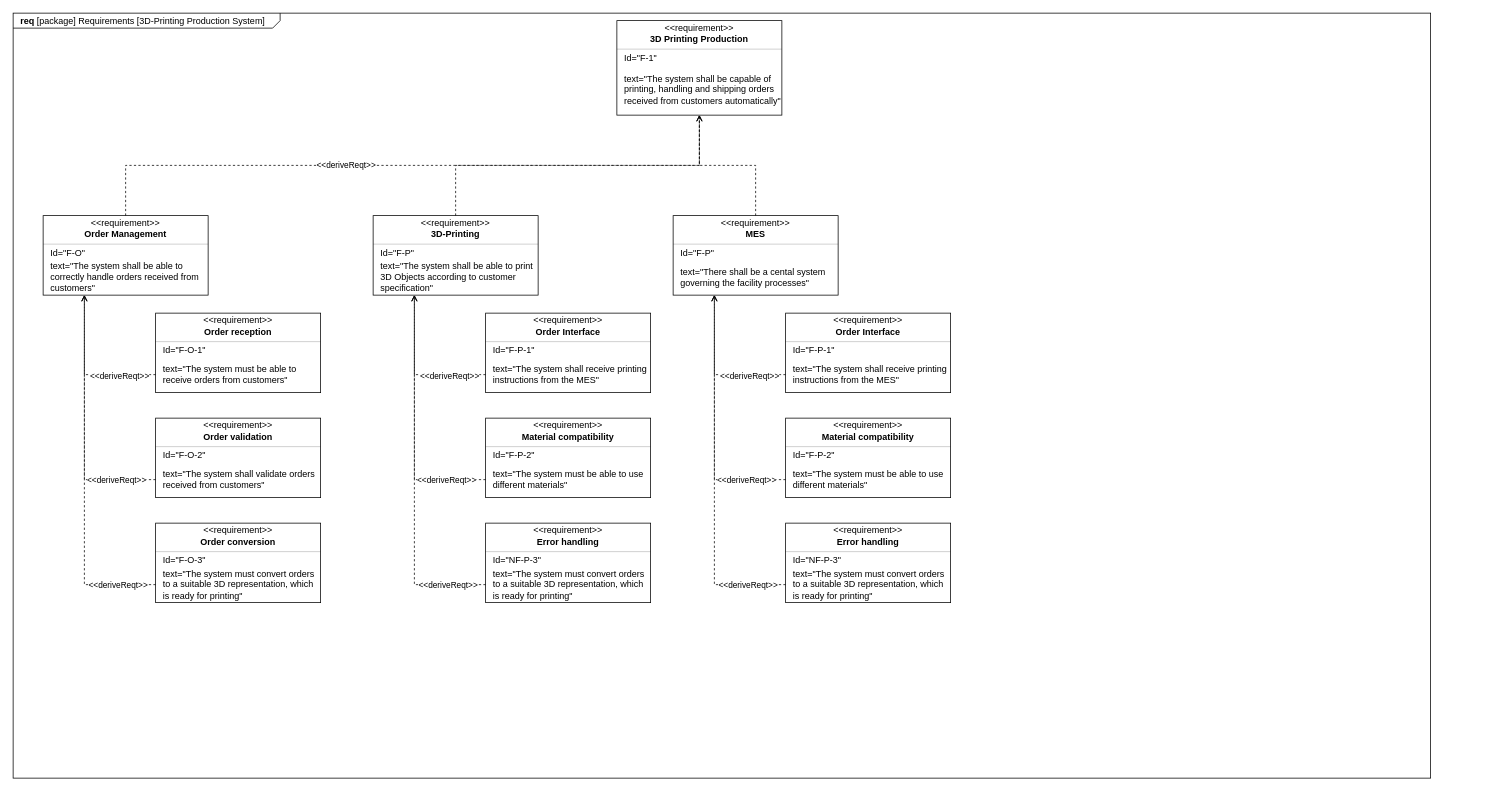
The draw.io diagram diagrams/requirements_sysml.drawio in SystemEngineeringWS24-25/3d-printing-production-system, before the edit. Source tidied: cells renumbered, new cells numbered last; positions are measured from the earlier drawing's top-left corner, leaving out a move shared by most shapes. Both pictures are drawn from the tidied source at 75%, with x=0, y=0 at pixel (13, 13).
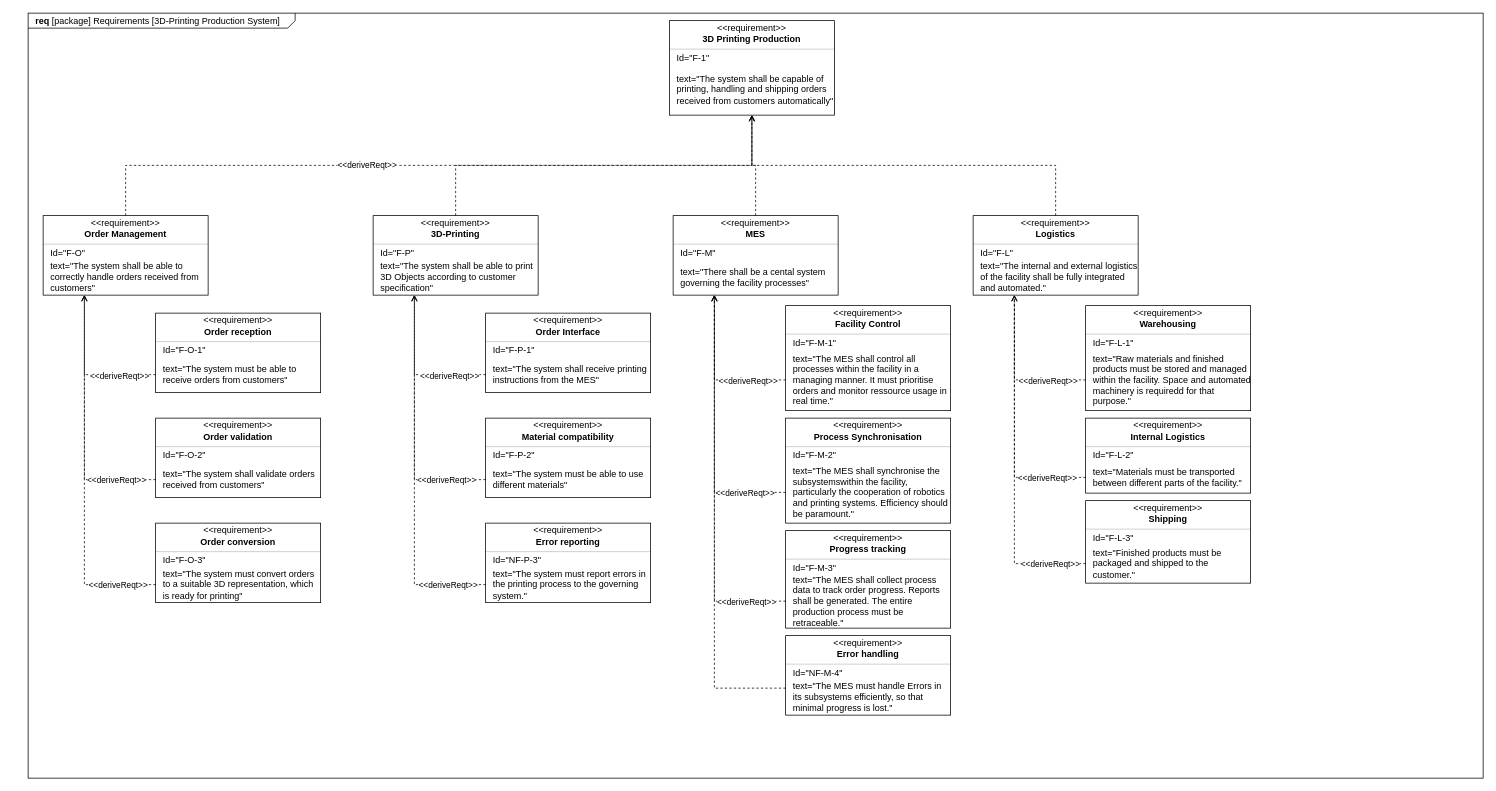
The same diagram, later.

The change refers to these unchanged cells:
```xml
<mxCell id="8" value="text=&quot;The system shall be capable of printing, handling and shipping orders received from customers automatically&quot;" style="html=1;align=left;spacing=0;verticalAlign=middle;strokeColor=none;fillColor=none;whiteSpace=wrap;spacingLeft=10;" parent="3" vertex="1">
  <mxGeometry y="58" width="220" height="68" as="geometry" />
</mxCell>
<mxCell id="59" style="fontStyle=1;align=center;verticalAlign=middle;horizontal=1;" parent="1" vertex="1">
  <mxGeometry x="630" y="680" width="220" height="106" as="geometry" />
</mxCell>
<mxCell id="72" style="fontStyle=1;align=center;verticalAlign=middle;horizontal=1;" parent="1" vertex="1">
  <mxGeometry x="880" y="270" width="220" height="106" as="geometry" />
</mxCell>
<mxCell id="77" value="text=&quot;There shall be a cental system governing the facility processes&quot;" style="html=1;align=left;spacing=0;verticalAlign=middle;strokeColor=none;fillColor=none;whiteSpace=wrap;spacingLeft=10;" parent="72" vertex="1">
  <mxGeometry y="58" width="220" height="48" as="geometry" />
</mxCell>
```

What changed in the source:
```diff
@@
     <mxCell id="2" value="&lt;p style=&quot;margin:0px;margin-top:4px;margin-left:10px;text-align:left;&quot;&gt;&lt;b&gt;req&lt;/b&gt; [package] Requirements [3D-Printing Production System]&lt;br&gt;&lt;/p&gt;" style="html=1;shape=mxgraph.sysml.package;html=1;overflow=fill;whiteSpace=wrap;labelX=356;" parent="1" vertex="1">
-      <mxGeometry width="1890" height="1020" as="geometry" />
+      <mxGeometry x="20" width="1940" height="1020" as="geometry" />
     </mxCell>
     <mxCell id="3" style="fontStyle=1;align=center;verticalAlign=middle;horizontal=1;" parent="1" vertex="1">
-      <mxGeometry x="805" y="10" width="220" height="126" as="geometry" />
+      <mxGeometry x="875" y="10" width="220" height="126" as="geometry" />
     </mxCell>
@@
-    <mxCell id="61" value="Error handling" style="html=1;align=center;spacing=0;verticalAlign=middle;strokeColor=none;fillColor=none;whiteSpace=wrap;fontStyle=1;" parent="59" vertex="1">
+    <mxCell id="61" value="Error reporting" style="html=1;align=center;spacing=0;verticalAlign=middle;strokeColor=none;fillColor=none;whiteSpace=wrap;fontStyle=1;" parent="59" vertex="1">
       <mxGeometry y="16" width="220" height="18" as="geometry" />
     </mxCell>
@@
-    <mxCell id="64" value="text=&quot;The system must convert orders to a suitable 3D representation, which is ready for printing&quot;" style="html=1;align=left;spacing=0;verticalAlign=middle;strokeColor=none;fillColor=none;whiteSpace=wrap;spacingLeft=10;" parent="59" vertex="1">
+    <mxCell id="64" value="text=&quot;The system must report errors in the printing process to the governing system.&quot;" style="html=1;align=left;spacing=0;verticalAlign=middle;strokeColor=none;fillColor=none;whiteSpace=wrap;spacingLeft=10;" parent="59" vertex="1">
       <mxGeometry y="58" width="220" height="48" as="geometry" />
     </mxCell>
@@
-    <mxCell id="76" value="Id=&quot;F-P&quot;" style="html=1;align=left;spacing=0;verticalAlign=middle;strokeColor=none;fillColor=none;whiteSpace=wrap;spacingLeft=10;" parent="72" vertex="1">
+    <mxCell id="76" value="Id=&quot;F-M&quot;" style="html=1;align=left;spacing=0;verticalAlign=middle;strokeColor=none;fillColor=none;whiteSpace=wrap;spacingLeft=10;" parent="72" vertex="1">
       <mxGeometry y="42" width="220" height="16" as="geometry" />
     </mxCell>
@@
     <mxCell id="78" style="fontStyle=1;align=center;verticalAlign=middle;horizontal=1;" parent="1" vertex="1">
-      <mxGeometry x="1030" y="540" width="220" height="106" as="geometry" />
+      <mxGeometry x="1030" y="540" width="220" height="140" as="geometry" />
     </mxCell>
@@
-    <mxCell id="80" value="Material compatibility" style="html=1;align=center;spacing=0;verticalAlign=middle;strokeColor=none;fillColor=none;whiteSpace=wrap;fontStyle=1;" parent="78" vertex="1">
+    <mxCell id="80" value="Process Synchronisation" style="html=1;align=center;spacing=0;verticalAlign=middle;strokeColor=none;fillColor=none;whiteSpace=wrap;fontStyle=1;" parent="78" vertex="1">
       <mxGeometry y="16" width="220" height="18" as="geometry" />
     </mxCell>
@@
-    <mxCell id="82" value="Id=&quot;F-P-2&quot;" style="html=1;align=left;spacing=0;verticalAlign=middle;strokeColor=none;fillColor=none;whiteSpace=wrap;spacingLeft=10;" parent="78" vertex="1">
+    <mxCell id="82" value="Id=&quot;F-M-2&quot;" style="html=1;align=left;spacing=0;verticalAlign=middle;strokeColor=none;fillColor=none;whiteSpace=wrap;spacingLeft=10;" parent="78" vertex="1">
       <mxGeometry y="42" width="220" height="16" as="geometry" />
     </mxCell>
-    <mxCell id="83" value="text=&quot;The system must be able to use different materials&quot;" style="html=1;align=left;spacing=0;verticalAlign=middle;strokeColor=none;fillColor=none;whiteSpace=wrap;spacingLeft=10;" parent="78" vertex="1">
-      <mxGeometry y="58" width="220" height="48" as="geometry" />
+    <mxCell id="83" value="text=&quot;The MES shall synchronise the subsystemswithin the facility, particularly the cooperation of robotics and printing systems. Efficiency should be paramount.&quot;" style="html=1;align=left;spacing=0;verticalAlign=middle;strokeColor=none;fillColor=none;whiteSpace=wrap;spacingLeft=10;" parent="78" vertex="1">
+      <mxGeometry y="58" width="220" height="82" as="geometry" />
     </mxCell>
     <mxCell id="84" style="fontStyle=1;align=center;verticalAlign=middle;horizontal=1;" parent="1" vertex="1">
-      <mxGeometry x="1030" y="400" width="220" height="106" as="geometry" />
+      <mxGeometry x="1030" y="390" width="220" height="140" as="geometry" />
     </mxCell>
@@
-    <mxCell id="86" value="Order Interface" style="html=1;align=center;spacing=0;verticalAlign=middle;strokeColor=none;fillColor=none;whiteSpace=wrap;fontStyle=1;" parent="84" vertex="1">
+    <mxCell id="86" value="Facility Control" style="html=1;align=center;spacing=0;verticalAlign=middle;strokeColor=none;fillColor=none;whiteSpace=wrap;fontStyle=1;" parent="84" vertex="1">
       <mxGeometry y="16" width="220" height="18" as="geometry" />
     </mxCell>
@@
-    <mxCell id="88" value="Id=&quot;F-P-1&quot;" style="html=1;align=left;spacing=0;verticalAlign=middle;strokeColor=none;fillColor=none;whiteSpace=wrap;spacingLeft=10;" parent="84" vertex="1">
+    <mxCell id="88" value="Id=&quot;F-M-1&quot;" style="html=1;align=left;spacing=0;verticalAlign=middle;strokeColor=none;fillColor=none;whiteSpace=wrap;spacingLeft=10;" parent="84" vertex="1">
       <mxGeometry y="42" width="220" height="16" as="geometry" />
     </mxCell>
-    <mxCell id="89" value="text=&quot;The system shall receive printing instructions from the MES&quot;" style="html=1;align=left;spacing=0;verticalAlign=middle;strokeColor=none;fillColor=none;whiteSpace=wrap;spacingLeft=10;" parent="84" vertex="1">
-      <mxGeometry y="58" width="220" height="48" as="geometry" />
+    <mxCell id="89" value="text=&quot;The MES shall control all processes within the facility in a managing manner. It must prioritise orders and monitor ressource usage in real time.&quot;" style="html=1;align=left;spacing=0;verticalAlign=middle;strokeColor=none;fillColor=none;whiteSpace=wrap;spacingLeft=10;" parent="84" vertex="1">
+      <mxGeometry y="58" width="220" height="82" as="geometry" />
     </mxCell>
     <mxCell id="90" style="fontStyle=1;align=center;verticalAlign=middle;horizontal=1;" parent="1" vertex="1">
-      <mxGeometry x="1030" y="680" width="220" height="106" as="geometry" />
+      <mxGeometry x="1030" y="690" width="220" height="130" as="geometry" />
     </mxCell>
@@
-    <mxCell id="92" value="Error handling" style="html=1;align=center;spacing=0;verticalAlign=middle;strokeColor=none;fillColor=none;whiteSpace=wrap;fontStyle=1;" parent="90" vertex="1">
+    <mxCell id="92" value="Progress tracking" style="html=1;align=center;spacing=0;verticalAlign=middle;strokeColor=none;fillColor=none;whiteSpace=wrap;fontStyle=1;" parent="90" vertex="1">
       <mxGeometry y="16" width="220" height="18" as="geometry" />
     </mxCell>
@@
-    <mxCell id="94" value="Id=&quot;NF-P-3&quot;" style="html=1;align=left;spacing=0;verticalAlign=middle;strokeColor=none;fillColor=none;whiteSpace=wrap;spacingLeft=10;" parent="90" vertex="1">
+    <mxCell id="94" value="Id=&quot;F-M-3&quot;" style="html=1;align=left;spacing=0;verticalAlign=middle;strokeColor=none;fillColor=none;whiteSpace=wrap;spacingLeft=10;" parent="90" vertex="1">
       <mxGeometry y="42" width="220" height="16" as="geometry" />
     </mxCell>
-    <mxCell id="95" value="text=&quot;The system must convert orders to a suitable 3D representation, which is ready for printing&quot;" style="html=1;align=left;spacing=0;verticalAlign=middle;strokeColor=none;fillColor=none;whiteSpace=wrap;spacingLeft=10;" parent="90" vertex="1">
-      <mxGeometry y="58" width="220" height="48" as="geometry" />
+    <mxCell id="95" value="text=&quot;The MES shall collect process data to track order progress. Reports shall be generated. The entire production process must be retraceable.&quot;" style="html=1;align=left;spacing=0;verticalAlign=middle;strokeColor=none;fillColor=none;whiteSpace=wrap;spacingLeft=10;" parent="90" vertex="1">
+      <mxGeometry y="58" width="220" height="72" as="geometry" />
     </mxCell>
@@
+    <mxCell id="103" style="fontStyle=1;align=center;verticalAlign=middle;horizontal=1;" parent="1" vertex="1">
+      <mxGeometry x="1280" y="270" width="220" height="106" as="geometry" />
+    </mxCell>
+    <mxCell id="104" value="&amp;lt;&amp;lt;requirement&amp;gt;&amp;gt;" style="html=1;align=center;spacing=0;verticalAlign=middle;strokeColor=none;fillColor=none;whiteSpace=wrap;spacingTop=3;" parent="103" vertex="1">
+      <mxGeometry width="220" height="16" as="geometry" />
+    </mxCell>
+    <mxCell id="105" value="Logistics" style="html=1;align=center;spacing=0;verticalAlign=middle;strokeColor=none;fillColor=none;whiteSpace=wrap;fontStyle=1;" parent="103" vertex="1">
+      <mxGeometry y="16" width="220" height="18" as="geometry" />
+    </mxCell>
+    <mxCell id="106" style="line;strokeWidth=0.25;fillColor=none;align=left;verticalAlign=middle;spacingTop=-1;spacingLeft=3;spacingRight=3;labelPosition=right;" parent="103" vertex="1">
+      <mxGeometry y="34" width="220" height="8" as="geometry" />
+    </mxCell>
+    <mxCell id="107" value="Id=&quot;F-L&quot;" style="html=1;align=left;spacing=0;verticalAlign=middle;strokeColor=none;fillColor=none;whiteSpace=wrap;spacingLeft=10;" parent="103" vertex="1">
+      <mxGeometry y="42" width="220" height="16" as="geometry" />
+    </mxCell>
+    <mxCell id="108" value="text=&quot;The internal and external logistics of the facility shall be fully integrated and automated.&quot;" style="html=1;align=left;spacing=0;verticalAlign=middle;strokeColor=none;fillColor=none;whiteSpace=wrap;spacingLeft=10;" parent="103" vertex="1">
+      <mxGeometry y="58" width="220" height="48" as="geometry" />
+    </mxCell>
+    <mxCell id="109" style="fontStyle=1;align=center;verticalAlign=middle;horizontal=1;" parent="1" vertex="1">
+      <mxGeometry x="1430" y="540" width="220" height="100" as="geometry" />
+    </mxCell>
+    <mxCell id="110" value="&amp;lt;&amp;lt;requirement&amp;gt;&amp;gt;" style="html=1;align=center;spacing=0;verticalAlign=middle;strokeColor=none;fillColor=none;whiteSpace=wrap;spacingTop=3;" parent="109" vertex="1">
+      <mxGeometry width="220" height="16" as="geometry" />
+    </mxCell>
+    <mxCell id="111" value="Internal Logistics" style="html=1;align=center;spacing=0;verticalAlign=middle;strokeColor=none;fillColor=none;whiteSpace=wrap;fontStyle=1;" parent="109" vertex="1">
+      <mxGeometry y="16" width="220" height="18" as="geometry" />
+    </mxCell>
+    <mxCell id="112" style="line;strokeWidth=0.25;fillColor=none;align=left;verticalAlign=middle;spacingTop=-1;spacingLeft=3;spacingRight=3;labelPosition=right;" parent="109" vertex="1">
+      <mxGeometry y="34" width="220" height="8" as="geometry" />
+    </mxCell>
+    <mxCell id="113" value="Id=&quot;F-L-2&quot;" style="html=1;align=left;spacing=0;verticalAlign=middle;strokeColor=none;fillColor=none;whiteSpace=wrap;spacingLeft=10;" parent="109" vertex="1">
+      <mxGeometry y="42" width="220" height="16" as="geometry" />
+    </mxCell>
+    <mxCell id="114" value="text=&quot;Materials must be transported between different parts of the facility.&quot;" style="html=1;align=left;spacing=0;verticalAlign=middle;strokeColor=none;fillColor=none;whiteSpace=wrap;spacingLeft=10;" parent="109" vertex="1">
+      <mxGeometry y="58" width="220" height="42" as="geometry" />
+    </mxCell>
+    <mxCell id="115" style="fontStyle=1;align=center;verticalAlign=middle;horizontal=1;" parent="1" vertex="1">
+      <mxGeometry x="1430" y="390" width="220" height="140" as="geometry" />
+    </mxCell>
+    <mxCell id="116" value="&amp;lt;&amp;lt;requirement&amp;gt;&amp;gt;" style="html=1;align=center;spacing=0;verticalAlign=middle;strokeColor=none;fillColor=none;whiteSpace=wrap;spacingTop=3;" parent="115" vertex="1">
+      <mxGeometry width="220" height="16" as="geometry" />
+    </mxCell>
+    <mxCell id="117" value="Warehousing" style="html=1;align=center;spacing=0;verticalAlign=middle;strokeColor=none;fillColor=none;whiteSpace=wrap;fontStyle=1;" parent="115" vertex="1">
+      <mxGeometry y="16" width="220" height="18" as="geometry" />
+    </mxCell>
+    <mxCell id="118" style="line;strokeWidth=0.25;fillColor=none;align=left;verticalAlign=middle;spacingTop=-1;spacingLeft=3;spacingRight=3;labelPosition=right;" parent="115" vertex="1">
+      <mxGeometry y="34" width="220" height="8" as="geometry" />
+    </mxCell>
+    <mxCell id="119" value="Id=&quot;F-L-1&quot;" style="html=1;align=left;spacing=0;verticalAlign=middle;strokeColor=none;fillColor=none;whiteSpace=wrap;spacingLeft=10;" parent="115" vertex="1">
+      <mxGeometry y="42" width="220" height="16" as="geometry" />
+    </mxCell>
+    <mxCell id="120" value="text=&quot;Raw materials and finished products must be stored and managed within the facility. Space and automated machinery is requiredd for that purpose.&quot;" style="html=1;align=left;spacing=0;verticalAlign=middle;strokeColor=none;fillColor=none;whiteSpace=wrap;spacingLeft=10;" parent="115" vertex="1">
+      <mxGeometry y="58" width="220" height="82" as="geometry" />
+    </mxCell>
+    <mxCell id="121" style="fontStyle=1;align=center;verticalAlign=middle;horizontal=1;" parent="1" vertex="1">
+      <mxGeometry x="1430" y="650" width="220" height="110" as="geometry" />
+    </mxCell>
+    <mxCell id="122" value="&amp;lt;&amp;lt;requirement&amp;gt;&amp;gt;" style="html=1;align=center;spacing=0;verticalAlign=middle;strokeColor=none;fillColor=none;whiteSpace=wrap;spacingTop=3;" parent="121" vertex="1">
+      <mxGeometry width="220" height="16" as="geometry" />
+    </mxCell>
+    <mxCell id="123" value="Shipping" style="html=1;align=center;spacing=0;verticalAlign=middle;strokeColor=none;fillColor=none;whiteSpace=wrap;fontStyle=1;" parent="121" vertex="1">
+      <mxGeometry y="16" width="220" height="18" as="geometry" />
+    </mxCell>
+    <mxCell id="124" style="line;strokeWidth=0.25;fillColor=none;align=left;verticalAlign=middle;spacingTop=-1;spacingLeft=3;spacingRight=3;labelPosition=right;" parent="121" vertex="1">
+      <mxGeometry y="34" width="220" height="8" as="geometry" />
+    </mxCell>
+    <mxCell id="125" value="Id=&quot;F-L-3&quot;" style="html=1;align=left;spacing=0;verticalAlign=middle;strokeColor=none;fillColor=none;whiteSpace=wrap;spacingLeft=10;" parent="121" vertex="1">
+      <mxGeometry y="42" width="220" height="16" as="geometry" />
+    </mxCell>
+    <mxCell id="126" value="text=&quot;Finished products must be packaged and shipped to the customer.&quot;" style="html=1;align=left;spacing=0;verticalAlign=middle;strokeColor=none;fillColor=none;whiteSpace=wrap;spacingLeft=10;" parent="121" vertex="1">
+      <mxGeometry y="58" width="220" height="52" as="geometry" />
+    </mxCell>
+    <mxCell id="127" style="edgeStyle=orthogonalEdgeStyle;rounded=0;jettySize=auto;html=1;exitX=0;exitY=0.5;exitDx=0;exitDy=0;entryX=0.25;entryY=1;entryDx=0;entryDy=0;endArrow=open;endFill=0;dashed=1;" parent="1" edge="1" source="120" target="108">
+      <mxGeometry relative="1" as="geometry" />
+    </mxCell>
+    <mxCell id="128" value="&amp;lt;&amp;lt;deriveReqt&amp;gt;&amp;gt;" style="edgeLabel;html=1;align=center;verticalAlign=middle;" parent="127" vertex="1">
+      <mxGeometry x="-0.51" y="1" relative="1" as="geometry" />
+    </mxCell>
+    <mxCell id="129" style="edgeStyle=orthogonalEdgeStyle;rounded=0;jettySize=auto;html=1;exitX=0;exitY=0.5;exitDx=0;exitDy=0;entryX=0.25;entryY=1;entryDx=0;entryDy=0;dashed=1;endArrow=open;endFill=0;" parent="1" edge="1" source="114" target="108">
+      <mxGeometry relative="1" as="geometry" />
+    </mxCell>
+    <mxCell id="130" value="&amp;lt;&amp;lt;deriveReqt&amp;gt;&amp;gt;" style="edgeLabel;html=1;align=center;verticalAlign=middle;" parent="129" vertex="1">
+      <mxGeometry x="-0.69" relative="1" as="geometry" />
+    </mxCell>
+    <mxCell id="131" style="edgeStyle=orthogonalEdgeStyle;rounded=0;jettySize=auto;html=1;exitX=0;exitY=0.5;exitDx=0;exitDy=0;entryX=0.25;entryY=1;entryDx=0;entryDy=0;dashed=1;endArrow=open;endFill=0;" parent="1" edge="1" source="126" target="108">
+      <mxGeometry relative="1" as="geometry" />
+    </mxCell>
+    <mxCell id="132" value="&amp;lt;&amp;lt;deriveReqt&amp;gt;&amp;gt;" style="edgeLabel;html=1;align=center;verticalAlign=middle;" parent="131" vertex="1">
+      <mxGeometry x="-0.79" relative="1" as="geometry" />
+    </mxCell>
+    <mxCell id="133" style="edgeStyle=orthogonalEdgeStyle;rounded=0;jettySize=auto;html=1;exitX=0.5;exitY=0;exitDx=0;exitDy=0;entryX=0.5;entryY=1;entryDx=0;entryDy=0;dashed=1;endArrow=open;endFill=0;" parent="1" edge="1" source="104" target="8">
+      <mxGeometry relative="1" as="geometry" />
+    </mxCell>
+    <mxCell id="134" style="fontStyle=1;align=center;verticalAlign=middle;horizontal=1;" parent="1" vertex="1">
+      <mxGeometry x="1030" y="830" width="220" height="106" as="geometry" />
+    </mxCell>
+    <mxCell id="135" value="&amp;lt;&amp;lt;requirement&amp;gt;&amp;gt;" style="html=1;align=center;spacing=0;verticalAlign=middle;strokeColor=none;fillColor=none;whiteSpace=wrap;spacingTop=3;" parent="134" vertex="1">
+      <mxGeometry width="220" height="16" as="geometry" />
+    </mxCell>
+    <mxCell id="136" value="Error handling" style="html=1;align=center;spacing=0;verticalAlign=middle;strokeColor=none;fillColor=none;whiteSpace=wrap;fontStyle=1;" parent="134" vertex="1">
+      <mxGeometry y="16" width="220" height="18" as="geometry" />
+    </mxCell>
+    <mxCell id="137" style="line;strokeWidth=0.25;fillColor=none;align=left;verticalAlign=middle;spacingTop=-1;spacingLeft=3;spacingRight=3;labelPosition=right;" parent="134" vertex="1">
+      <mxGeometry y="34" width="220" height="8" as="geometry" />
+    </mxCell>
+    <mxCell id="138" value="Id=&quot;NF-M-4&quot;" style="html=1;align=left;spacing=0;verticalAlign=middle;strokeColor=none;fillColor=none;whiteSpace=wrap;spacingLeft=10;" parent="134" vertex="1">
+      <mxGeometry y="42" width="220" height="16" as="geometry" />
+    </mxCell>
+    <mxCell id="139" value="text=&quot;The MES must handle Errors in its subsystems efficiently, so that minimal progress is lost.&quot;" style="html=1;align=left;spacing=0;verticalAlign=middle;strokeColor=none;fillColor=none;whiteSpace=wrap;spacingLeft=10;" parent="134" vertex="1">
+      <mxGeometry y="58" width="220" height="48" as="geometry" />
+    </mxCell>
+    <mxCell id="140" style="edgeStyle=orthogonalEdgeStyle;rounded=0;jettySize=auto;html=1;exitX=0;exitY=0.25;exitDx=0;exitDy=0;entryX=0.25;entryY=1;entryDx=0;entryDy=0;dashed=1;endArrow=open;endFill=0;" parent="1" edge="1" source="139" target="77">
+      <mxGeometry relative="1" as="geometry" />
+    </mxCell>
```
